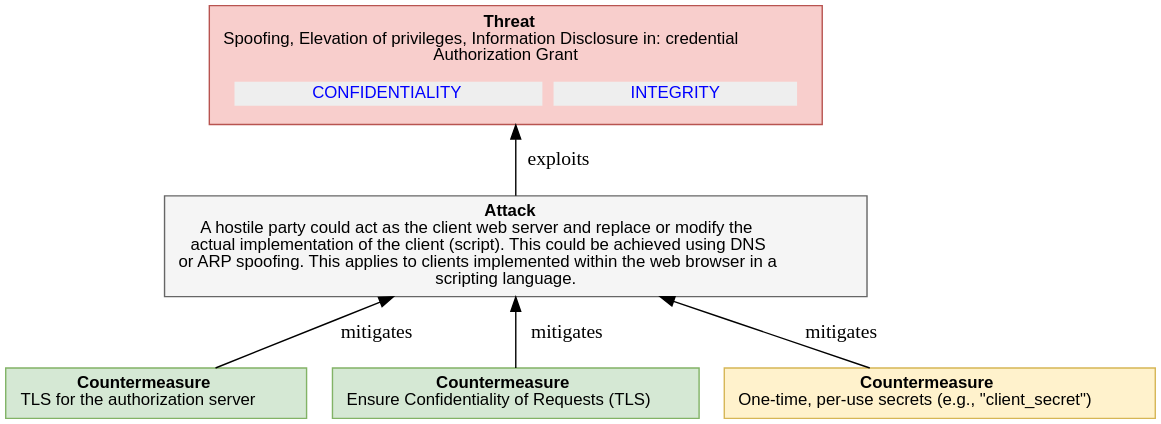
Above: report-examples/OAuth2/img/threatTree/4_4_2_4_MANIPULATION_SCRIPTS.svg in DavidCervigni/threat-models (PlantUML), before the change. Its source is kept beside it as report-examples/OAuth2/img/threatTree/4_4_2_4_MANIPULATION_SCRIPTS.puml.
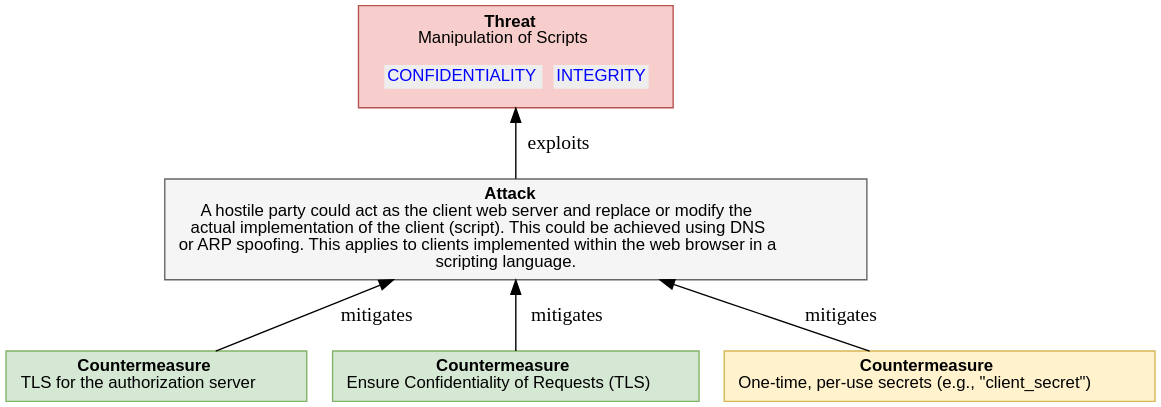
After the commit.

The edit, as a diff of the source:
```diff
@@ -7,7 +7,7 @@
     <<table border="0" cellborder="0" cellspacing="0">
      <tr><td align="center"><b>Threat</b><br/>
 
-Spoofing, Elevation of privileges, Information Disclosure in: credential<br/>Authorization Grant
+Manipulation of Scripts
 </td></tr>
      <tr><td><table border="0" cellborder="0" cellspacing="8"><tr>
                 ret += secObj.linkedImpactMDText()
```
